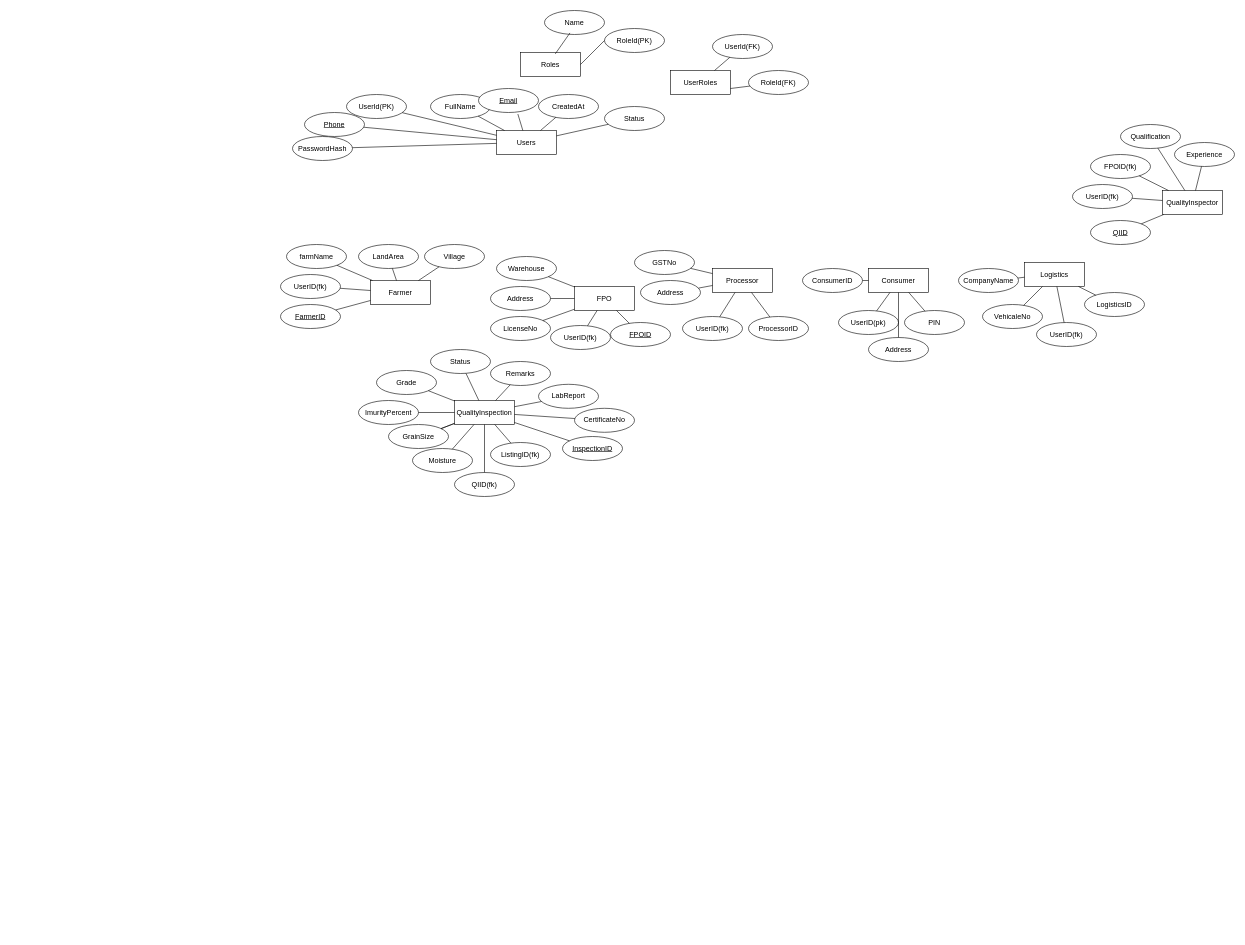
Before: ER Diagram.drawio in NutanAhir688/ShreeAnna, a draw.io diagram. Source tidied: cells renumbered, new cells numbered last; positions are measured from the earlier drawing's top-left corner, leaving out a move shared by most shapes. Both pictures are drawn from the tidied source at 60%, with x=0, y=0 at pixel (280, 10).
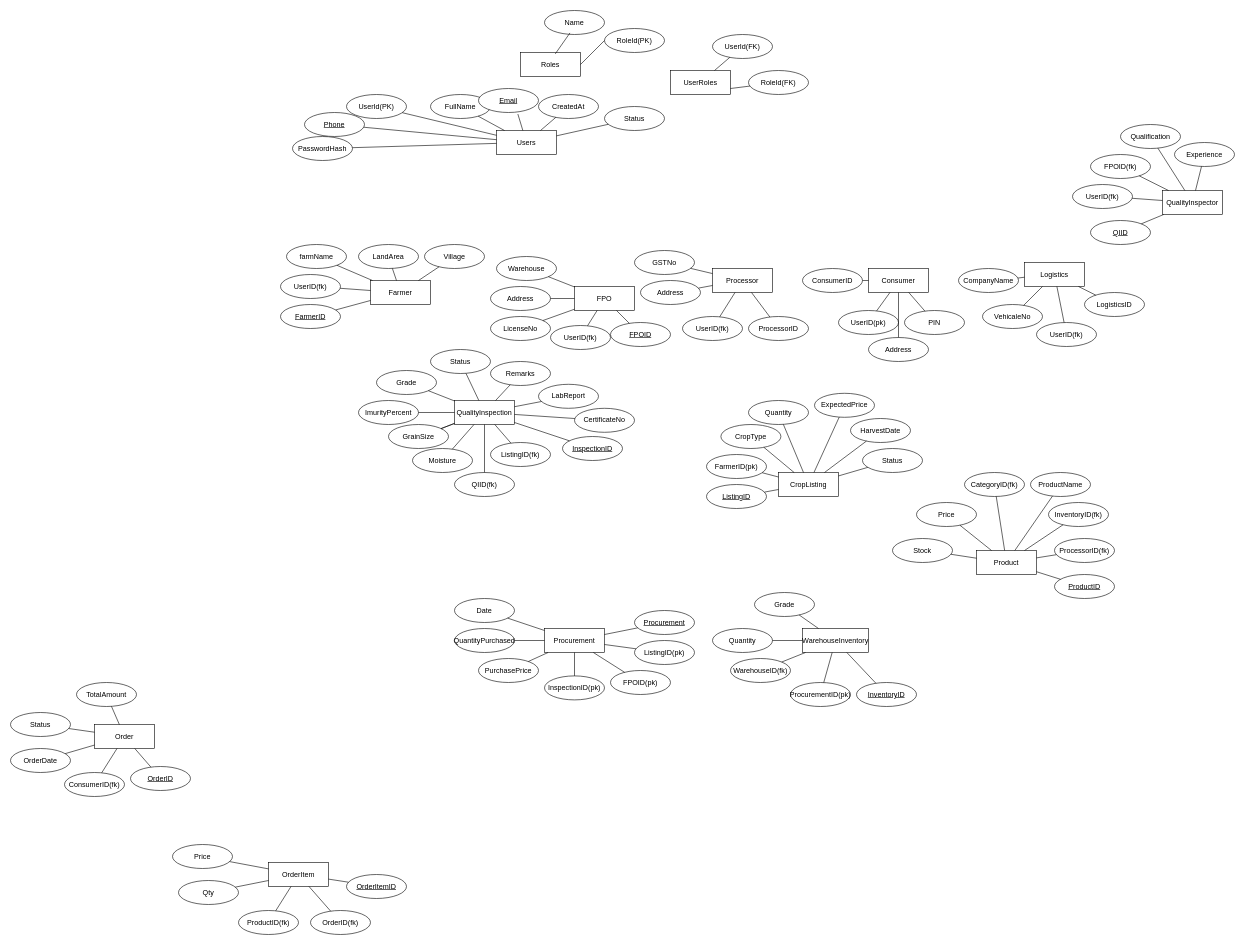
After the change.

The edit, as a diff of the source:
```diff
@@
+    <mxCell id="111" value="CropListing" style="whiteSpace=wrap;html=1;align=center;" parent="1" vertex="1">
+      <mxGeometry x="830" y="770" width="100" height="40" as="geometry" />
+    </mxCell>
+    <mxCell id="112" value="ListingID" style="ellipse;whiteSpace=wrap;html=1;align=center;fontStyle=4;" parent="1" vertex="1">
+      <mxGeometry x="710" y="790" width="100" height="40" as="geometry" />
+    </mxCell>
+    <mxCell id="113" value="FarmerID(pk)" style="ellipse;whiteSpace=wrap;html=1;align=center;" parent="1" vertex="1">
+      <mxGeometry x="710" y="740" width="100" height="40" as="geometry" />
+    </mxCell>
+    <mxCell id="114" value="CropType" style="ellipse;whiteSpace=wrap;html=1;align=center;" parent="1" vertex="1">
+      <mxGeometry x="734" y="690" width="100" height="40" as="geometry" />
+    </mxCell>
+    <mxCell id="115" value="Quantity" style="ellipse;whiteSpace=wrap;html=1;align=center;" parent="1" vertex="1">
+      <mxGeometry x="780" y="650" width="100" height="40" as="geometry" />
+    </mxCell>
+    <mxCell id="116" value="ExpectedPrice" style="ellipse;whiteSpace=wrap;html=1;align=center;" parent="1" vertex="1">
+      <mxGeometry x="890" y="638" width="100" height="40" as="geometry" />
+    </mxCell>
+    <mxCell id="117" value="HarvestDate" style="ellipse;whiteSpace=wrap;html=1;align=center;" parent="1" vertex="1">
+      <mxGeometry x="950" y="680" width="100" height="40" as="geometry" />
+    </mxCell>
+    <mxCell id="118" value="Status" style="ellipse;whiteSpace=wrap;html=1;align=center;" parent="1" vertex="1">
+      <mxGeometry x="970" y="730" width="100" height="40" as="geometry" />
+    </mxCell>
+    <mxCell id="119" value="Procurement" style="whiteSpace=wrap;html=1;align=center;" parent="1" vertex="1">
+      <mxGeometry x="440" y="1030" width="100" height="40" as="geometry" />
+    </mxCell>
+    <mxCell id="120" value="Procurement" style="ellipse;whiteSpace=wrap;html=1;align=center;fontStyle=4;" parent="1" vertex="1">
+      <mxGeometry x="590" y="1000" width="100" height="40" as="geometry" />
+    </mxCell>
+    <mxCell id="121" value="ListingID(pk)" style="ellipse;whiteSpace=wrap;html=1;align=center;" parent="1" vertex="1">
+      <mxGeometry x="590" y="1050" width="100" height="40" as="geometry" />
+    </mxCell>
+    <mxCell id="122" value="FPOID(pk)" style="ellipse;whiteSpace=wrap;html=1;align=center;" parent="1" vertex="1">
+      <mxGeometry x="550" y="1100" width="100" height="40" as="geometry" />
+    </mxCell>
+    <mxCell id="123" value="InspectionID(pk)" style="ellipse;whiteSpace=wrap;html=1;align=center;" parent="1" vertex="1">
+      <mxGeometry x="440" y="1109" width="100" height="40" as="geometry" />
+    </mxCell>
+    <mxCell id="124" value="Date" style="ellipse;whiteSpace=wrap;html=1;align=center;" parent="1" vertex="1">
+      <mxGeometry x="290" y="980" width="100" height="40" as="geometry" />
+    </mxCell>
+    <mxCell id="125" value="QuantityPurchased" style="ellipse;whiteSpace=wrap;html=1;align=center;" parent="1" vertex="1">
+      <mxGeometry x="290" y="1030" width="100" height="40" as="geometry" />
+    </mxCell>
+    <mxCell id="126" value="PurchasePrice" style="ellipse;whiteSpace=wrap;html=1;align=center;" parent="1" vertex="1">
+      <mxGeometry x="330" y="1080" width="100" height="40" as="geometry" />
+    </mxCell>
+    <mxCell id="127" style="endArrow=none;html=1;rounded=0;" parent="1" edge="1" source="112" target="111">
+      <mxGeometry relative="1" as="geometry" />
+    </mxCell>
+    <mxCell id="128" style="endArrow=none;html=1;rounded=0;" parent="1" edge="1" source="113" target="111">
+      <mxGeometry relative="1" as="geometry" />
+    </mxCell>
+    <mxCell id="129" style="endArrow=none;html=1;rounded=0;" parent="1" edge="1" source="114" target="111">
+      <mxGeometry relative="1" as="geometry" />
+    </mxCell>
+    <mxCell id="130" style="endArrow=none;html=1;rounded=0;" parent="1" edge="1" source="115" target="111">
+      <mxGeometry relative="1" as="geometry" />
+    </mxCell>
+    <mxCell id="131" style="endArrow=none;html=1;rounded=0;" parent="1" edge="1" source="116" target="111">
+      <mxGeometry relative="1" as="geometry" />
+    </mxCell>
+    <mxCell id="132" style="endArrow=none;html=1;rounded=0;" parent="1" edge="1" source="117" target="111">
+      <mxGeometry relative="1" as="geometry" />
+    </mxCell>
+    <mxCell id="133" style="endArrow=none;html=1;rounded=0;" parent="1" edge="1" source="118" target="111">
+      <mxGeometry relative="1" as="geometry" />
+    </mxCell>
+    <mxCell id="134" style="endArrow=none;html=1;rounded=0;" parent="1" edge="1" source="124" target="119">
+      <mxGeometry relative="1" as="geometry" />
+    </mxCell>
+    <mxCell id="135" style="endArrow=none;html=1;rounded=0;" parent="1" edge="1" source="125" target="119">
+      <mxGeometry relative="1" as="geometry" />
+    </mxCell>
+    <mxCell id="136" style="endArrow=none;html=1;rounded=0;" parent="1" edge="1" source="126" target="119">
+      <mxGeometry relative="1" as="geometry" />
+    </mxCell>
+    <mxCell id="137" style="endArrow=none;html=1;rounded=0;" parent="1" edge="1" source="123" target="119">
+      <mxGeometry relative="1" as="geometry" />
+    </mxCell>
+    <mxCell id="138" style="endArrow=none;html=1;rounded=0;" parent="1" edge="1" source="122" target="119">
+      <mxGeometry relative="1" as="geometry" />
+    </mxCell>
+    <mxCell id="139" style="endArrow=none;html=1;rounded=0;" parent="1" edge="1" source="121" target="119">
+      <mxGeometry relative="1" as="geometry" />
+    </mxCell>
+    <mxCell id="140" style="endArrow=none;html=1;rounded=0;" parent="1" edge="1" source="120" target="119">
+      <mxGeometry relative="1" as="geometry" />
+    </mxCell>
+    <mxCell id="141" value="WarehouseInventory" style="whiteSpace=wrap;html=1;align=center;" parent="1" vertex="1">
+      <mxGeometry x="870" y="1030" width="110" height="40" as="geometry" />
+    </mxCell>
+    <mxCell id="142" value="InventoryID" style="ellipse;whiteSpace=wrap;html=1;align=center;fontStyle=4;" parent="1" vertex="1">
+      <mxGeometry x="960" y="1120" width="100" height="40" as="geometry" />
+    </mxCell>
+    <mxCell id="143" value="ProcurementID(pk)" style="ellipse;whiteSpace=wrap;html=1;align=center;" parent="1" vertex="1">
+      <mxGeometry x="850" y="1120" width="100" height="40" as="geometry" />
+    </mxCell>
+    <mxCell id="144" value="Grade" style="ellipse;whiteSpace=wrap;html=1;align=center;" parent="1" vertex="1">
+      <mxGeometry x="790" y="970" width="100" height="40" as="geometry" />
+    </mxCell>
+    <mxCell id="145" value="Quantity" style="ellipse;whiteSpace=wrap;html=1;align=center;" parent="1" vertex="1">
+      <mxGeometry x="720" y="1030" width="100" height="40" as="geometry" />
+    </mxCell>
+    <mxCell id="146" value="WarehouseID(fk)" style="ellipse;whiteSpace=wrap;html=1;align=center;" parent="1" vertex="1">
+      <mxGeometry x="750" y="1080" width="100" height="40" as="geometry" />
+    </mxCell>
+    <mxCell id="147" style="endArrow=none;html=1;rounded=0;" parent="1" edge="1" source="144" target="141">
+      <mxGeometry relative="1" as="geometry" />
+    </mxCell>
+    <mxCell id="148" style="endArrow=none;html=1;rounded=0;" parent="1" edge="1" source="145" target="141">
+      <mxGeometry relative="1" as="geometry" />
+    </mxCell>
+    <mxCell id="149" style="endArrow=none;html=1;rounded=0;" parent="1" edge="1" source="146" target="141">
+      <mxGeometry relative="1" as="geometry" />
+    </mxCell>
+    <mxCell id="150" style="endArrow=none;html=1;rounded=0;" parent="1" edge="1" source="143" target="141">
+      <mxGeometry relative="1" as="geometry" />
+    </mxCell>
+    <mxCell id="151" style="endArrow=none;html=1;rounded=0;" parent="1" edge="1" source="142" target="141">
+      <mxGeometry relative="1" as="geometry" />
+    </mxCell>
+    <mxCell id="152" value="Product" style="whiteSpace=wrap;html=1;align=center;" parent="1" vertex="1">
+      <mxGeometry x="1160" y="900" width="100" height="40" as="geometry" />
+    </mxCell>
+    <mxCell id="153" value="ProductID" style="ellipse;whiteSpace=wrap;html=1;align=center;fontStyle=4;" parent="1" vertex="1">
+      <mxGeometry x="1290" y="940" width="100" height="40" as="geometry" />
+    </mxCell>
+    <mxCell id="154" value="ProcessorID(fk)" style="ellipse;whiteSpace=wrap;html=1;align=center;" parent="1" vertex="1">
+      <mxGeometry x="1290" y="880" width="100" height="40" as="geometry" />
+    </mxCell>
+    <mxCell id="155" value="Stock" style="ellipse;whiteSpace=wrap;html=1;align=center;" parent="1" vertex="1">
+      <mxGeometry x="1020" y="880" width="100" height="40" as="geometry" />
+    </mxCell>
+    <mxCell id="156" value="Price" style="ellipse;whiteSpace=wrap;html=1;align=center;" parent="1" vertex="1">
+      <mxGeometry x="1060" y="820" width="100" height="40" as="geometry" />
+    </mxCell>
+    <mxCell id="157" value="CategoryID(fk)" style="ellipse;whiteSpace=wrap;html=1;align=center;" parent="1" vertex="1">
+      <mxGeometry x="1140" y="770" width="100" height="40" as="geometry" />
+    </mxCell>
+    <mxCell id="158" value="InventoryID(fk)" style="ellipse;whiteSpace=wrap;html=1;align=center;" parent="1" vertex="1">
+      <mxGeometry x="1280" y="820" width="100" height="40" as="geometry" />
+    </mxCell>
+    <mxCell id="159" value="ProductName" style="ellipse;whiteSpace=wrap;html=1;align=center;" parent="1" vertex="1">
+      <mxGeometry x="1250" y="770" width="100" height="40" as="geometry" />
+    </mxCell>
+    <mxCell id="160" style="endArrow=none;html=1;rounded=0;" parent="1" edge="1" source="153" target="152">
+      <mxGeometry relative="1" as="geometry" />
+    </mxCell>
+    <mxCell id="161" style="endArrow=none;html=1;rounded=0;" parent="1" edge="1" source="155" target="152">
+      <mxGeometry relative="1" as="geometry" />
+    </mxCell>
+    <mxCell id="162" style="endArrow=none;html=1;rounded=0;" parent="1" edge="1" source="156" target="152">
+      <mxGeometry relative="1" as="geometry" />
+    </mxCell>
+    <mxCell id="163" style="endArrow=none;html=1;rounded=0;" parent="1" edge="1" source="157" target="152">
+      <mxGeometry relative="1" as="geometry" />
+    </mxCell>
+    <mxCell id="164" style="endArrow=none;html=1;rounded=0;" parent="1" edge="1" source="159" target="152">
+      <mxGeometry relative="1" as="geometry" />
+    </mxCell>
+    <mxCell id="165" style="endArrow=none;html=1;rounded=0;" parent="1" edge="1" source="158" target="152">
+      <mxGeometry relative="1" as="geometry" />
+    </mxCell>
+    <mxCell id="166" style="endArrow=none;html=1;rounded=0;" parent="1" edge="1" source="154" target="152">
+      <mxGeometry relative="1" as="geometry" />
+    </mxCell>
+    <mxCell id="167" value="Order" style="whiteSpace=wrap;html=1;align=center;" parent="1" vertex="1">
+      <mxGeometry x="-310" y="1190" width="100" height="40" as="geometry" />
+    </mxCell>
+    <mxCell id="168" value="OrderID" style="ellipse;whiteSpace=wrap;html=1;align=center;fontStyle=4;" parent="1" vertex="1">
+      <mxGeometry x="-250" y="1260" width="100" height="40" as="geometry" />
+    </mxCell>
+    <mxCell id="169" value="ConsumerID(fk)" style="ellipse;whiteSpace=wrap;html=1;align=center;" parent="1" vertex="1">
+      <mxGeometry x="-360" y="1270" width="100" height="40" as="geometry" />
+    </mxCell>
+    <mxCell id="170" value="OrderDate" style="ellipse;whiteSpace=wrap;html=1;align=center;" parent="1" vertex="1">
+      <mxGeometry x="-450" y="1230" width="100" height="40" as="geometry" />
+    </mxCell>
+    <mxCell id="171" value="Status" style="ellipse;whiteSpace=wrap;html=1;align=center;" parent="1" vertex="1">
+      <mxGeometry x="-450" y="1170" width="100" height="40" as="geometry" />
+    </mxCell>
+    <mxCell id="172" value="TotalAmount" style="ellipse;whiteSpace=wrap;html=1;align=center;" parent="1" vertex="1">
+      <mxGeometry x="-340" y="1120" width="100" height="40" as="geometry" />
+    </mxCell>
+    <mxCell id="173" value="OrderItem" style="whiteSpace=wrap;html=1;align=center;" parent="1" vertex="1">
+      <mxGeometry x="-20" y="1420" width="100" height="40" as="geometry" />
+    </mxCell>
+    <mxCell id="174" value="OrderItemID" style="ellipse;whiteSpace=wrap;html=1;align=center;fontStyle=4;" parent="1" vertex="1">
+      <mxGeometry x="110" y="1440" width="100" height="40" as="geometry" />
+    </mxCell>
+    <mxCell id="175" value="OrderID(fk)" style="ellipse;whiteSpace=wrap;html=1;align=center;" parent="1" vertex="1">
+      <mxGeometry x="50" y="1500" width="100" height="40" as="geometry" />
+    </mxCell>
+    <mxCell id="176" value="ProductID(fk)" style="ellipse;whiteSpace=wrap;html=1;align=center;" parent="1" vertex="1">
+      <mxGeometry x="-70" y="1500" width="100" height="40" as="geometry" />
+    </mxCell>
+    <mxCell id="177" value="Qty" style="ellipse;whiteSpace=wrap;html=1;align=center;" parent="1" vertex="1">
+      <mxGeometry x="-170" y="1450" width="100" height="40" as="geometry" />
+    </mxCell>
+    <mxCell id="178" value="Price" style="ellipse;whiteSpace=wrap;html=1;align=center;" parent="1" vertex="1">
+      <mxGeometry x="-180" y="1390" width="100" height="40" as="geometry" />
+    </mxCell>
+    <mxCell id="179" style="endArrow=none;html=1;rounded=0;" parent="1" edge="1" source="172" target="167">
+      <mxGeometry relative="1" as="geometry" />
+    </mxCell>
+    <mxCell id="180" style="endArrow=none;html=1;rounded=0;" parent="1" edge="1" source="167" target="171">
+      <mxGeometry relative="1" as="geometry" />
+    </mxCell>
+    <mxCell id="181" style="endArrow=none;html=1;rounded=0;" parent="1" edge="1" source="170" target="167">
+      <mxGeometry relative="1" as="geometry" />
+    </mxCell>
+    <mxCell id="182" style="endArrow=none;html=1;rounded=0;" parent="1" edge="1" source="169" target="167">
+      <mxGeometry relative="1" as="geometry" />
+    </mxCell>
+    <mxCell id="183" style="endArrow=none;html=1;rounded=0;" parent="1" edge="1" source="168" target="167">
+      <mxGeometry relative="1" as="geometry" />
+    </mxCell>
+    <mxCell id="184" style="endArrow=none;html=1;rounded=0;" parent="1" edge="1" source="173" target="174">
+      <mxGeometry relative="1" as="geometry" />
+    </mxCell>
+    <mxCell id="185" style="endArrow=none;html=1;rounded=0;" parent="1" edge="1" source="173" target="178">
+      <mxGeometry relative="1" as="geometry" />
+    </mxCell>
+    <mxCell id="186" style="endArrow=none;html=1;rounded=0;" parent="1" edge="1" source="177" target="173">
+      <mxGeometry relative="1" as="geometry" />
+    </mxCell>
+    <mxCell id="187" style="endArrow=none;html=1;rounded=0;" parent="1" edge="1" source="176" target="173">
+      <mxGeometry relative="1" as="geometry" />
+    </mxCell>
+    <mxCell id="188" style="endArrow=none;html=1;rounded=0;" parent="1" edge="1" source="175" target="173">
+      <mxGeometry relative="1" as="geometry" />
+    </mxCell>
```
